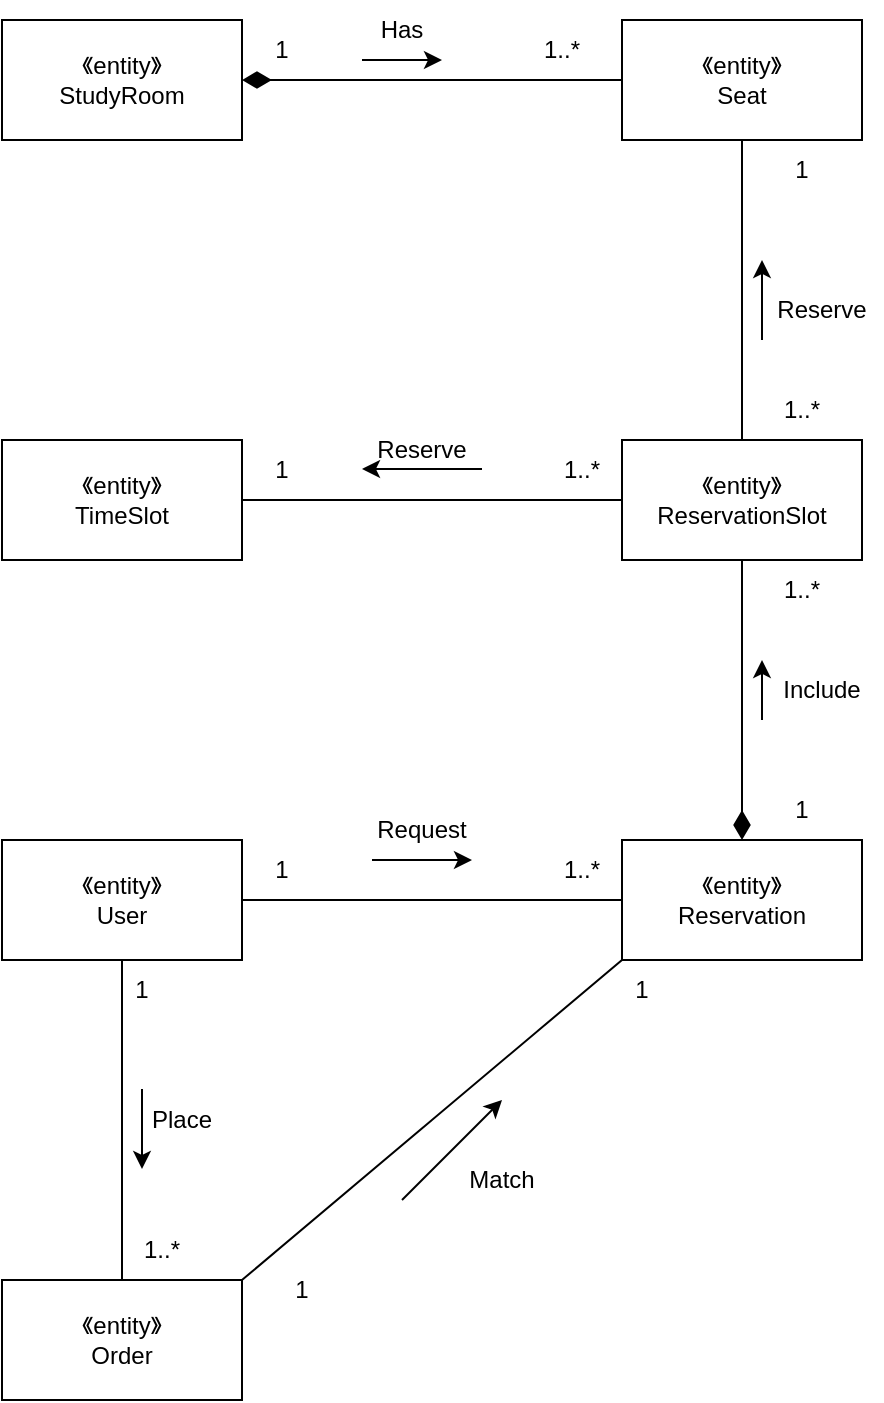
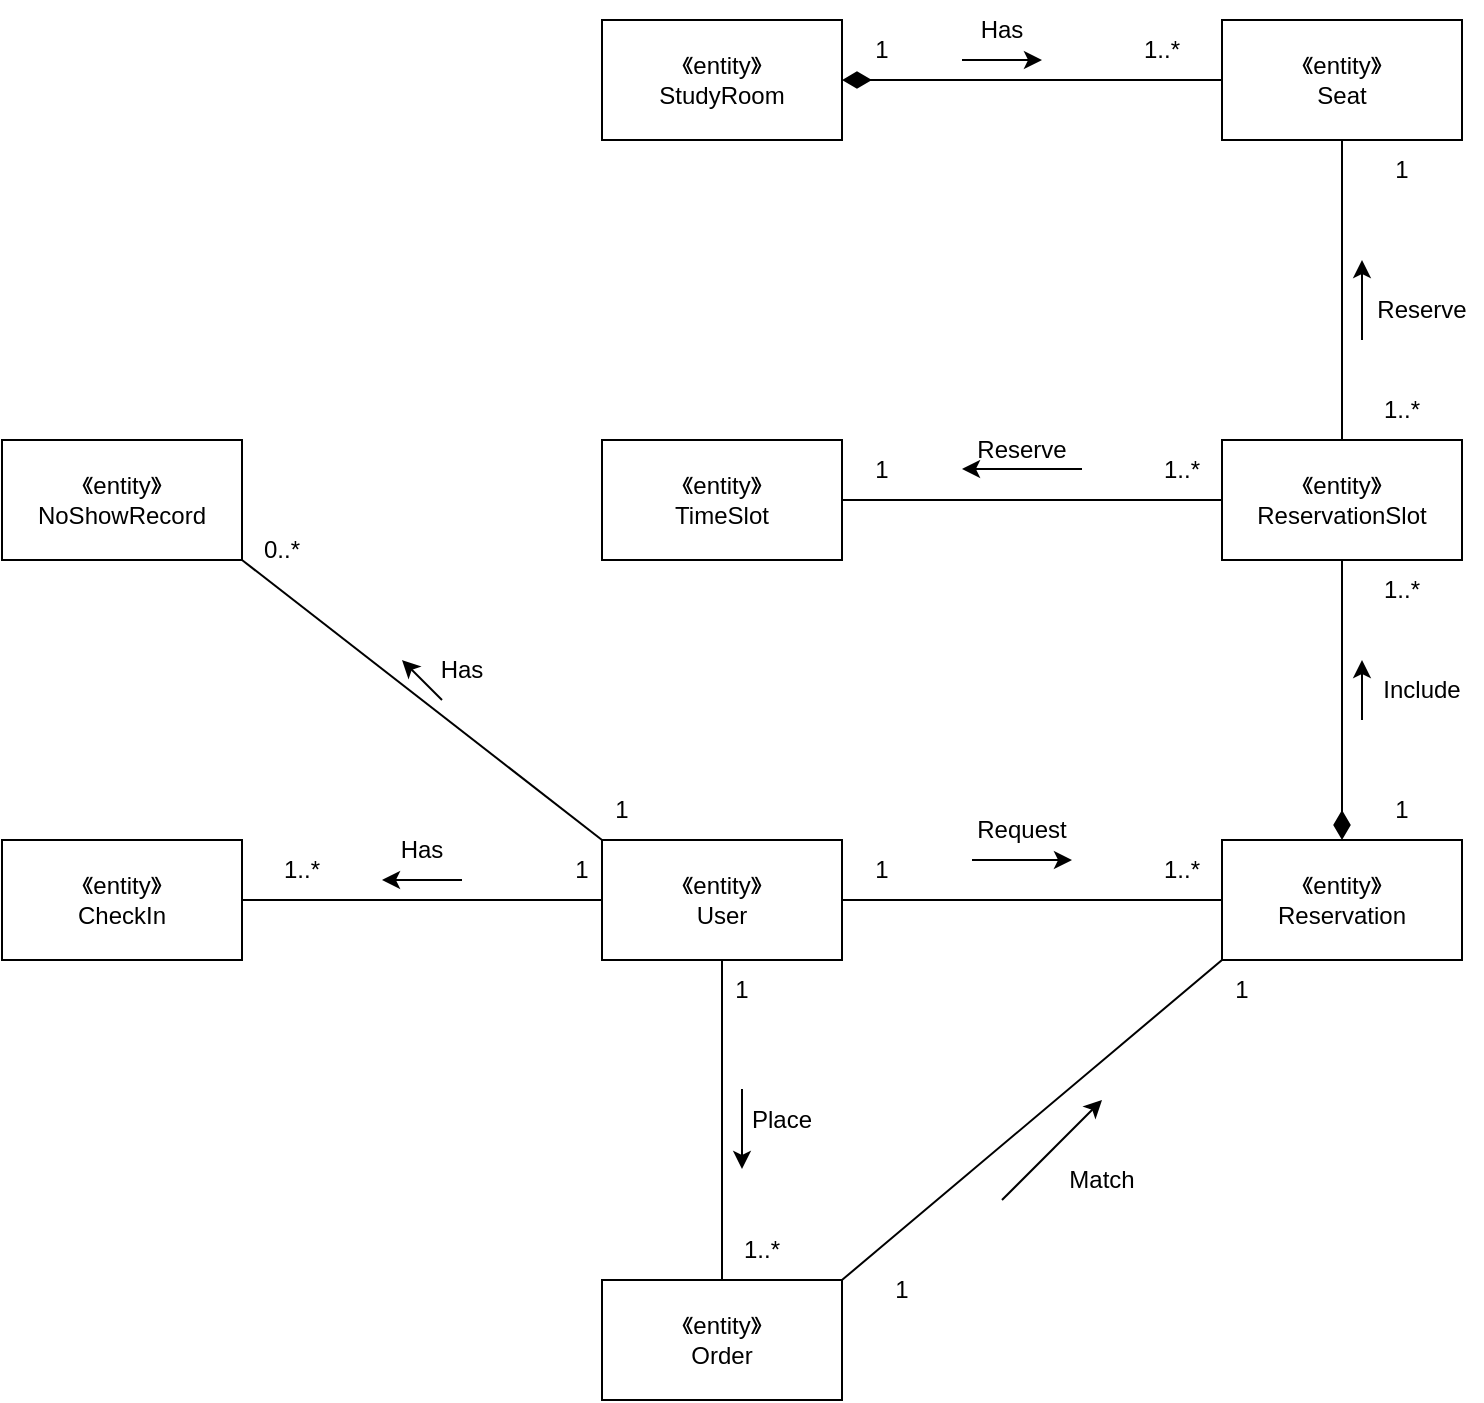
<mxfile host="app.diagrams.net">
  <diagram name="第 1 页" id="FfXQhYBhlBrjQdiIwoSe">
    <mxGraphModel dx="2028" dy="679" grid="1" gridSize="10" guides="1" tooltips="1" connect="1" arrows="1" fold="1" page="1" pageScale="1" pageWidth="827" pageHeight="1169" math="0" shadow="0">
      <root>
        <mxCell id="0" />
        <mxCell id="1" parent="0" />
        <mxCell id="E3a9ObprygEwbO2v6nmm-3" edge="1" parent="1" source="E3a9ObprygEwbO2v6nmm-1" style="edgeStyle=orthogonalEdgeStyle;rounded=0;orthogonalLoop=1;jettySize=auto;html=1;exitX=1;exitY=0.5;exitDx=0;exitDy=0;entryX=0;entryY=0.5;entryDx=0;entryDy=0;endArrow=none;endFill=0;startArrow=diamondThin;startFill=1;startSize=12;" target="E3a9ObprygEwbO2v6nmm-2">
          <mxGeometry relative="1" as="geometry" />
        </mxCell>
        <mxCell id="E3a9ObprygEwbO2v6nmm-1" parent="1" style="rounded=0;whiteSpace=wrap;html=1;" value="&lt;div&gt;《entity》&lt;/div&gt;&lt;div&gt;StudyRoom&lt;/div&gt;" vertex="1">
          <mxGeometry height="60" width="120" x="-110" y="50" as="geometry" />
        </mxCell>
        <mxCell id="E3a9ObprygEwbO2v6nmm-29" edge="1" parent="1" source="E3a9ObprygEwbO2v6nmm-2" style="rounded=0;orthogonalLoop=1;jettySize=auto;html=1;entryX=0.5;entryY=0;entryDx=0;entryDy=0;endArrow=none;endFill=0;" target="E3a9ObprygEwbO2v6nmm-10">
          <mxGeometry relative="1" as="geometry" />
        </mxCell>
        <mxCell id="E3a9ObprygEwbO2v6nmm-2" parent="1" style="rounded=0;whiteSpace=wrap;html=1;" value="&lt;div&gt;《entity》&lt;/div&gt;&lt;div&gt;Seat&lt;/div&gt;" vertex="1">
          <mxGeometry height="60" width="120" x="200" y="50" as="geometry" />
        </mxCell>
        <mxCell id="E3a9ObprygEwbO2v6nmm-4" parent="1" style="text;html=1;whiteSpace=wrap;strokeColor=none;fillColor=none;align=center;verticalAlign=middle;rounded=0;" value="1" vertex="1">
          <mxGeometry height="30" width="60" y="50" as="geometry" />
        </mxCell>
        <mxCell id="E3a9ObprygEwbO2v6nmm-5" parent="1" style="text;html=1;whiteSpace=wrap;strokeColor=none;fillColor=none;align=center;verticalAlign=middle;rounded=0;" value="1..*" vertex="1">
          <mxGeometry height="30" width="60" x="140" y="50" as="geometry" />
        </mxCell>
        <mxCell id="E3a9ObprygEwbO2v6nmm-7" edge="1" parent="1" style="endArrow=classic;html=1;rounded=0;" value="">
          <mxGeometry height="50" relative="1" width="50" as="geometry">
            <mxPoint x="70" y="70" as="sourcePoint" />
            <mxPoint x="110" y="70" as="targetPoint" />
          </mxGeometry>
        </mxCell>
        <mxCell id="E3a9ObprygEwbO2v6nmm-8" parent="1" style="text;html=1;whiteSpace=wrap;strokeColor=none;fillColor=none;align=center;verticalAlign=middle;rounded=0;" value="Has" vertex="1">
          <mxGeometry height="30" width="60" x="60" y="40" as="geometry" />
        </mxCell>
        <mxCell id="E3a9ObprygEwbO2v6nmm-23" edge="1" parent="1" source="E3a9ObprygEwbO2v6nmm-10" style="rounded=0;orthogonalLoop=1;jettySize=auto;html=1;exitX=0.5;exitY=1;exitDx=0;exitDy=0;entryX=0.5;entryY=0;entryDx=0;entryDy=0;endArrow=diamondThin;endFill=1;endSize=12;" target="E3a9ObprygEwbO2v6nmm-22">
          <mxGeometry relative="1" as="geometry" />
        </mxCell>
        <mxCell id="E3a9ObprygEwbO2v6nmm-10" parent="1" style="rounded=0;whiteSpace=wrap;html=1;" value="&lt;div&gt;《entity》&lt;/div&gt;&lt;div&gt;ReservationSlot&lt;/div&gt;" vertex="1">
          <mxGeometry height="60" width="120" x="200" y="260" as="geometry" />
        </mxCell>
        <mxCell id="E3a9ObprygEwbO2v6nmm-12" parent="1" style="text;html=1;whiteSpace=wrap;strokeColor=none;fillColor=none;align=center;verticalAlign=middle;rounded=0;" value="1..*" vertex="1">
          <mxGeometry height="30" width="60" x="260" y="230" as="geometry" />
        </mxCell>
        <mxCell id="E3a9ObprygEwbO2v6nmm-13" parent="1" style="text;html=1;whiteSpace=wrap;strokeColor=none;fillColor=none;align=center;verticalAlign=middle;rounded=0;" value="1" vertex="1">
          <mxGeometry height="30" width="60" x="260" y="110" as="geometry" />
        </mxCell>
        <mxCell id="E3a9ObprygEwbO2v6nmm-14" edge="1" parent="1" style="endArrow=classic;html=1;rounded=0;" value="">
          <mxGeometry height="50" relative="1" width="50" as="geometry">
            <mxPoint x="270" y="210" as="sourcePoint" />
            <mxPoint x="270" y="170" as="targetPoint" />
          </mxGeometry>
        </mxCell>
        <mxCell id="E3a9ObprygEwbO2v6nmm-15" parent="1" style="text;html=1;whiteSpace=wrap;strokeColor=none;fillColor=none;align=center;verticalAlign=middle;rounded=0;" value="Reserve" vertex="1">
          <mxGeometry height="30" width="60" x="270" y="180" as="geometry" />
        </mxCell>
        <mxCell id="E3a9ObprygEwbO2v6nmm-17" edge="1" parent="1" source="E3a9ObprygEwbO2v6nmm-16" style="rounded=0;orthogonalLoop=1;jettySize=auto;html=1;exitX=1;exitY=0.5;exitDx=0;exitDy=0;entryX=0;entryY=0.5;entryDx=0;entryDy=0;endArrow=none;endFill=0;" target="E3a9ObprygEwbO2v6nmm-10">
          <mxGeometry relative="1" as="geometry" />
        </mxCell>
        <mxCell id="E3a9ObprygEwbO2v6nmm-16" parent="1" style="rounded=0;whiteSpace=wrap;html=1;" value="&lt;div&gt;《entity》&lt;/div&gt;&lt;div&gt;TimeSlot&lt;/div&gt;" vertex="1">
          <mxGeometry height="60" width="120" x="-110" y="260" as="geometry" />
        </mxCell>
        <mxCell id="E3a9ObprygEwbO2v6nmm-18" parent="1" style="text;html=1;whiteSpace=wrap;strokeColor=none;fillColor=none;align=center;verticalAlign=middle;rounded=0;" value="1" vertex="1">
          <mxGeometry height="30" width="60" y="260" as="geometry" />
        </mxCell>
        <mxCell id="E3a9ObprygEwbO2v6nmm-19" parent="1" style="text;html=1;whiteSpace=wrap;strokeColor=none;fillColor=none;align=center;verticalAlign=middle;rounded=0;" value="1..*" vertex="1">
          <mxGeometry height="30" width="60" x="150" y="260" as="geometry" />
        </mxCell>
        <mxCell id="E3a9ObprygEwbO2v6nmm-20" edge="1" parent="1" style="endArrow=classic;html=1;rounded=0;" value="">
          <mxGeometry height="50" relative="1" width="50" as="geometry">
            <mxPoint x="130" y="274.5" as="sourcePoint" />
            <mxPoint x="70" y="274.5" as="targetPoint" />
          </mxGeometry>
        </mxCell>
        <mxCell id="E3a9ObprygEwbO2v6nmm-21" parent="1" style="text;html=1;whiteSpace=wrap;strokeColor=none;fillColor=none;align=center;verticalAlign=middle;rounded=0;" value="Reserve" vertex="1">
          <mxGeometry height="30" width="60" x="70" y="250" as="geometry" />
        </mxCell>
        <mxCell id="E3a9ObprygEwbO2v6nmm-22" parent="1" style="rounded=0;whiteSpace=wrap;html=1;" value="&lt;div&gt;《entity》&lt;/div&gt;&lt;div&gt;Reservation&lt;/div&gt;" vertex="1">
          <mxGeometry height="60" width="120" x="200" y="460" as="geometry" />
        </mxCell>
        <mxCell id="E3a9ObprygEwbO2v6nmm-24" parent="1" style="text;html=1;whiteSpace=wrap;strokeColor=none;fillColor=none;align=center;verticalAlign=middle;rounded=0;" value="1..*" vertex="1">
          <mxGeometry height="30" width="60" x="260" y="320" as="geometry" />
        </mxCell>
        <mxCell id="E3a9ObprygEwbO2v6nmm-25" parent="1" style="text;html=1;whiteSpace=wrap;strokeColor=none;fillColor=none;align=center;verticalAlign=middle;rounded=0;" value="1" vertex="1">
          <mxGeometry height="30" width="60" x="260" y="430" as="geometry" />
        </mxCell>
        <mxCell id="E3a9ObprygEwbO2v6nmm-26" edge="1" parent="1" style="endArrow=classic;html=1;rounded=0;" value="">
          <mxGeometry height="50" relative="1" width="50" as="geometry">
            <mxPoint x="270" y="400" as="sourcePoint" />
            <mxPoint x="270" y="370" as="targetPoint" />
          </mxGeometry>
        </mxCell>
        <mxCell id="E3a9ObprygEwbO2v6nmm-27" parent="1" style="text;html=1;whiteSpace=wrap;strokeColor=none;fillColor=none;align=center;verticalAlign=middle;rounded=0;" value="Include" vertex="1">
          <mxGeometry height="30" width="60" x="270" y="370" as="geometry" />
        </mxCell>
        <mxCell id="E3a9ObprygEwbO2v6nmm-31" edge="1" parent="1" source="E3a9ObprygEwbO2v6nmm-30" style="rounded=0;orthogonalLoop=1;jettySize=auto;html=1;exitX=1;exitY=0.5;exitDx=0;exitDy=0;entryX=0;entryY=0.5;entryDx=0;entryDy=0;endArrow=none;endFill=0;" target="E3a9ObprygEwbO2v6nmm-22">
          <mxGeometry relative="1" as="geometry" />
        </mxCell>
        <mxCell id="E3a9ObprygEwbO2v6nmm-37" edge="1" parent="1" source="E3a9ObprygEwbO2v6nmm-30" style="rounded=0;orthogonalLoop=1;jettySize=auto;html=1;exitX=0.5;exitY=1;exitDx=0;exitDy=0;entryX=0.5;entryY=0;entryDx=0;entryDy=0;endArrow=none;endFill=0;" target="E3a9ObprygEwbO2v6nmm-36">
          <mxGeometry relative="1" as="geometry" />
        </mxCell>
+         <mxCell id="E3a9ObprygEwbO2v6nmm-54" edge="1" parent="1" source="E3a9ObprygEwbO2v6nmm-30" style="rounded=0;orthogonalLoop=1;jettySize=auto;html=1;exitX=0;exitY=0;exitDx=0;exitDy=0;entryX=1;entryY=1;entryDx=0;entryDy=0;endArrow=none;endFill=0;" target="E3a9ObprygEwbO2v6nmm-53">
+           <mxGeometry relative="1" as="geometry" />
+         </mxCell>
        <mxCell id="E3a9ObprygEwbO2v6nmm-30" parent="1" style="rounded=0;whiteSpace=wrap;html=1;" value="&lt;div&gt;《entity》&lt;/div&gt;&lt;div&gt;User&lt;/div&gt;" vertex="1">
          <mxGeometry height="60" width="120" x="-110" y="460" as="geometry" />
        </mxCell>
        <mxCell id="E3a9ObprygEwbO2v6nmm-32" parent="1" style="text;html=1;whiteSpace=wrap;strokeColor=none;fillColor=none;align=center;verticalAlign=middle;rounded=0;" value="1" vertex="1">
          <mxGeometry height="30" width="60" y="460" as="geometry" />
        </mxCell>
        <mxCell id="E3a9ObprygEwbO2v6nmm-33" parent="1" style="text;html=1;whiteSpace=wrap;strokeColor=none;fillColor=none;align=center;verticalAlign=middle;rounded=0;" value="1..*" vertex="1">
          <mxGeometry height="30" width="60" x="150" y="460" as="geometry" />
        </mxCell>
        <mxCell id="E3a9ObprygEwbO2v6nmm-34" edge="1" parent="1" style="endArrow=classic;html=1;rounded=0;" value="">
          <mxGeometry height="50" relative="1" width="50" as="geometry">
            <mxPoint x="75" y="470" as="sourcePoint" />
            <mxPoint x="125" y="470" as="targetPoint" />
          </mxGeometry>
        </mxCell>
        <mxCell id="E3a9ObprygEwbO2v6nmm-35" parent="1" style="text;html=1;whiteSpace=wrap;strokeColor=none;fillColor=none;align=center;verticalAlign=middle;rounded=0;" value="Request" vertex="1">
          <mxGeometry height="30" width="60" x="70" y="440" as="geometry" />
        </mxCell>
        <mxCell id="E3a9ObprygEwbO2v6nmm-42" edge="1" parent="1" source="E3a9ObprygEwbO2v6nmm-36" style="rounded=0;orthogonalLoop=1;jettySize=auto;html=1;exitX=1;exitY=0;exitDx=0;exitDy=0;entryX=0;entryY=1;entryDx=0;entryDy=0;endArrow=none;endFill=0;" target="E3a9ObprygEwbO2v6nmm-22">
          <mxGeometry relative="1" as="geometry" />
        </mxCell>
        <mxCell id="E3a9ObprygEwbO2v6nmm-36" parent="1" style="rounded=0;whiteSpace=wrap;html=1;" value="&lt;div&gt;《entity》&lt;/div&gt;&lt;div&gt;Order&lt;/div&gt;" vertex="1">
          <mxGeometry height="60" width="120" x="-110" y="680" as="geometry" />
        </mxCell>
        <mxCell id="E3a9ObprygEwbO2v6nmm-38" parent="1" style="text;html=1;whiteSpace=wrap;strokeColor=none;fillColor=none;align=center;verticalAlign=middle;rounded=0;" value="1" vertex="1">
          <mxGeometry height="30" width="60" x="-70" y="520" as="geometry" />
        </mxCell>
        <mxCell id="E3a9ObprygEwbO2v6nmm-39" parent="1" style="text;html=1;whiteSpace=wrap;strokeColor=none;fillColor=none;align=center;verticalAlign=middle;rounded=0;" value="1..*" vertex="1">
          <mxGeometry height="30" width="60" x="-60" y="650" as="geometry" />
        </mxCell>
        <mxCell id="E3a9ObprygEwbO2v6nmm-40" edge="1" parent="1" style="endArrow=classic;html=1;rounded=0;" value="">
          <mxGeometry height="50" relative="1" width="50" as="geometry">
            <mxPoint x="-40" y="584.5" as="sourcePoint" />
            <mxPoint x="-40" y="624.5" as="targetPoint" />
          </mxGeometry>
        </mxCell>
        <mxCell id="E3a9ObprygEwbO2v6nmm-41" parent="1" style="text;html=1;whiteSpace=wrap;strokeColor=none;fillColor=none;align=center;verticalAlign=middle;rounded=0;" value="&lt;div&gt;Place&lt;/div&gt;" vertex="1">
          <mxGeometry height="30" width="60" x="-50" y="584.5" as="geometry" />
        </mxCell>
        <mxCell id="E3a9ObprygEwbO2v6nmm-43" parent="1" style="text;html=1;whiteSpace=wrap;strokeColor=none;fillColor=none;align=center;verticalAlign=middle;rounded=0;" value="1" vertex="1">
          <mxGeometry height="30" width="60" x="10" y="670" as="geometry" />
        </mxCell>
        <mxCell id="E3a9ObprygEwbO2v6nmm-44" parent="1" style="text;html=1;whiteSpace=wrap;strokeColor=none;fillColor=none;align=center;verticalAlign=middle;rounded=0;" value="1" vertex="1">
          <mxGeometry height="30" width="60" x="180" y="520" as="geometry" />
        </mxCell>
        <mxCell id="E3a9ObprygEwbO2v6nmm-45" edge="1" parent="1" style="endArrow=classic;html=1;rounded=0;" value="">
          <mxGeometry height="50" relative="1" width="50" as="geometry">
            <mxPoint x="90" y="640" as="sourcePoint" />
            <mxPoint x="140" y="590" as="targetPoint" />
          </mxGeometry>
        </mxCell>
        <mxCell id="E3a9ObprygEwbO2v6nmm-46" parent="1" style="text;html=1;whiteSpace=wrap;strokeColor=none;fillColor=none;align=center;verticalAlign=middle;rounded=0;" value="Match" vertex="1">
          <mxGeometry height="30" width="60" x="110" y="614.5" as="geometry" />
        </mxCell>
+         <mxCell id="E3a9ObprygEwbO2v6nmm-48" edge="1" parent="1" source="E3a9ObprygEwbO2v6nmm-47" style="rounded=0;orthogonalLoop=1;jettySize=auto;html=1;exitX=1;exitY=0.5;exitDx=0;exitDy=0;endArrow=none;endFill=0;" target="E3a9ObprygEwbO2v6nmm-30">
+           <mxGeometry relative="1" as="geometry" />
+         </mxCell>
+         <mxCell id="E3a9ObprygEwbO2v6nmm-47" parent="1" style="rounded=0;whiteSpace=wrap;html=1;" value="&lt;div&gt;《entity》&lt;/div&gt;&lt;div&gt;CheckIn&lt;/div&gt;" vertex="1">
+           <mxGeometry height="60" width="120" x="-410" y="460" as="geometry" />
+         </mxCell>
+         <mxCell id="E3a9ObprygEwbO2v6nmm-49" parent="1" style="text;html=1;whiteSpace=wrap;strokeColor=none;fillColor=none;align=center;verticalAlign=middle;rounded=0;" value="1" vertex="1">
+           <mxGeometry height="30" width="60" x="-150" y="460" as="geometry" />
+         </mxCell>
+         <mxCell id="E3a9ObprygEwbO2v6nmm-50" parent="1" style="text;html=1;whiteSpace=wrap;strokeColor=none;fillColor=none;align=center;verticalAlign=middle;rounded=0;" value="1..*" vertex="1">
+           <mxGeometry height="30" width="60" x="-290" y="460" as="geometry" />
+         </mxCell>
+         <mxCell id="E3a9ObprygEwbO2v6nmm-51" edge="1" parent="1" style="endArrow=classic;html=1;rounded=0;" value="">
+           <mxGeometry height="50" relative="1" width="50" as="geometry">
+             <mxPoint x="-180" y="480" as="sourcePoint" />
+             <mxPoint x="-220" y="480" as="targetPoint" />
+           </mxGeometry>
+         </mxCell>
+         <mxCell id="E3a9ObprygEwbO2v6nmm-52" parent="1" style="text;html=1;whiteSpace=wrap;strokeColor=none;fillColor=none;align=center;verticalAlign=middle;rounded=0;" value="Has" vertex="1">
+           <mxGeometry height="30" width="60" x="-230" y="450" as="geometry" />
+         </mxCell>
+         <mxCell id="E3a9ObprygEwbO2v6nmm-53" parent="1" style="rounded=0;whiteSpace=wrap;html=1;" value="&lt;div&gt;《entity》&lt;/div&gt;&lt;div&gt;NoShowRecord&lt;/div&gt;" vertex="1">
+           <mxGeometry height="60" width="120" x="-410" y="260" as="geometry" />
+         </mxCell>
+         <mxCell id="E3a9ObprygEwbO2v6nmm-55" parent="1" style="text;html=1;whiteSpace=wrap;strokeColor=none;fillColor=none;align=center;verticalAlign=middle;rounded=0;" value="0..*" vertex="1">
+           <mxGeometry height="30" width="60" x="-300" y="300" as="geometry" />
+         </mxCell>
+         <mxCell id="E3a9ObprygEwbO2v6nmm-56" parent="1" style="text;html=1;whiteSpace=wrap;strokeColor=none;fillColor=none;align=center;verticalAlign=middle;rounded=0;" value="1" vertex="1">
+           <mxGeometry height="30" width="60" x="-130" y="430" as="geometry" />
+         </mxCell>
+         <mxCell id="E3a9ObprygEwbO2v6nmm-57" edge="1" parent="1" style="endArrow=classic;html=1;rounded=0;" value="">
+           <mxGeometry height="50" relative="1" width="50" as="geometry">
+             <mxPoint x="-190" y="390" as="sourcePoint" />
+             <mxPoint x="-210" y="370" as="targetPoint" />
+           </mxGeometry>
+         </mxCell>
+         <mxCell id="E3a9ObprygEwbO2v6nmm-58" parent="1" style="text;html=1;whiteSpace=wrap;strokeColor=none;fillColor=none;align=center;verticalAlign=middle;rounded=0;" value="Has" vertex="1">
+           <mxGeometry height="30" width="60" x="-210" y="360" as="geometry" />
+         </mxCell>
      </root>
    </mxGraphModel>
  </diagram>
</mxfile>
